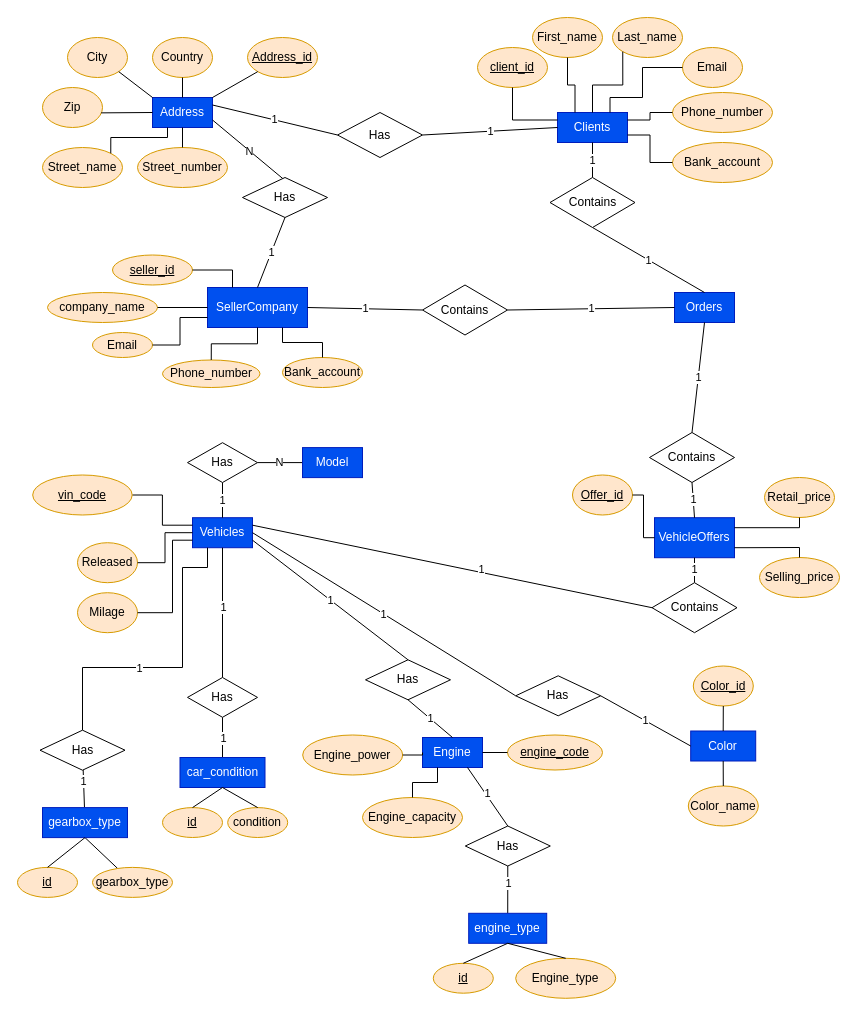
Earlier version of the draw.io diagram page "Conceptual model" (2 of 3) of Car Marketplace.drawio (kstekels/Car-Marketplace). Source tidied: cells renumbered, new cells numbered last; positions are measured from the earlier drawing's top-left corner, leaving out a move shared by most shapes. Both pictures are drawn from the tidied source at 100%, with x=0, y=0 at pixel (17, 17).
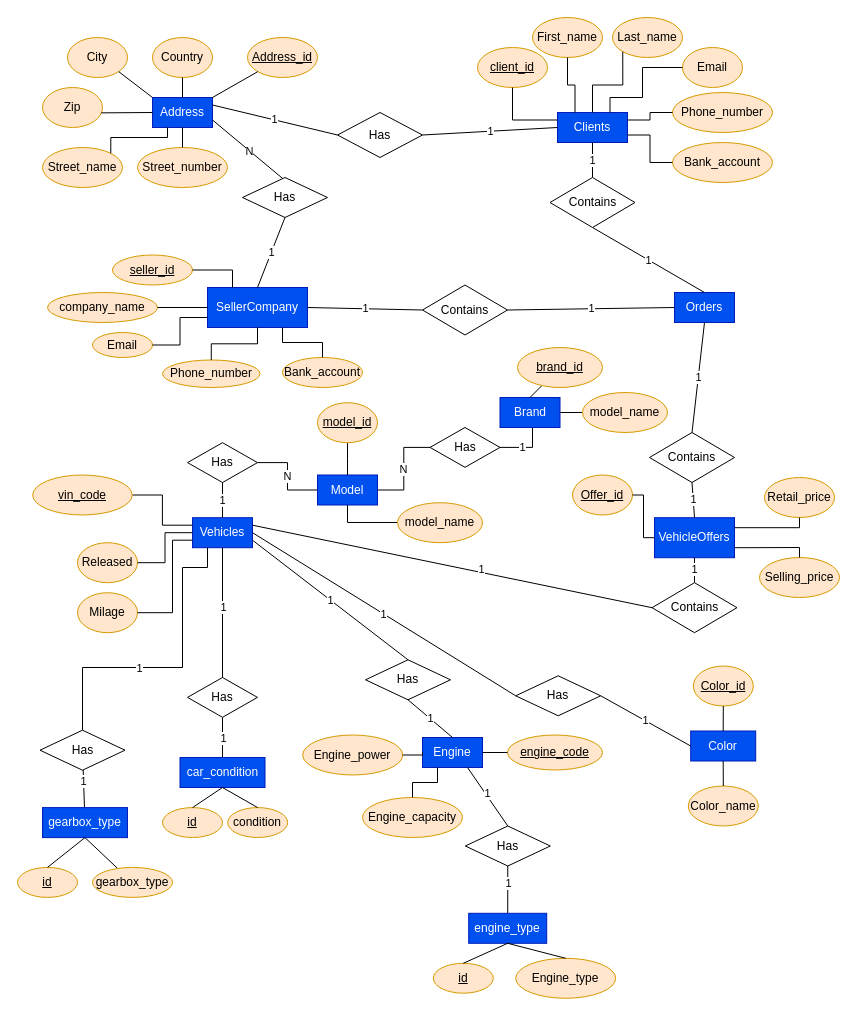
The same page after the edit.

Change to the diagram source:
```diff
@@
     <mxCell id="124" value="&lt;div&gt;Model&lt;/div&gt;" style="rounded=0;whiteSpace=wrap;html=1;fillColor=#0050ef;fontColor=#ffffff;strokeColor=#001DBC;" parent="1" vertex="1">
-      <mxGeometry x="285" y="430.1" width="60" height="30" as="geometry" />
+      <mxGeometry x="300" y="457.5" width="60" height="30" as="geometry" />
     </mxCell>
+    <mxCell id="125" style="edgeStyle=elbowEdgeStyle;rounded=0;jettySize=auto;html=1;startArrow=none;startFill=0;endArrow=none;endFill=0;" parent="1" edge="1" source="126" target="124">
+      <mxGeometry relative="1" as="geometry" />
+    </mxCell>
+    <mxCell id="126" value="&lt;u&gt;model_id&lt;/u&gt;" style="ellipse;whiteSpace=wrap;html=1;fillColor=#ffe6cc;strokeColor=#d79b00;" parent="1" vertex="1">
+      <mxGeometry x="300" y="385.2" width="60" height="40" as="geometry" />
+    </mxCell>
+    <mxCell id="127" style="edgeStyle=elbowEdgeStyle;rounded=0;jettySize=auto;html=1;startArrow=none;startFill=0;endArrow=none;endFill=0;entryX=0.5;entryY=1;entryDx=0;entryDy=0;elbow=vertical;" parent="1" edge="1" source="128" target="124">
+      <mxGeometry relative="1" as="geometry">
+        <Array as="points">
+          <mxPoint x="365" y="505" />
+        </Array>
+      </mxGeometry>
+    </mxCell>
+    <mxCell id="128" value="model_name" style="ellipse;whiteSpace=wrap;html=1;fillColor=#ffe6cc;strokeColor=#d79b00;" parent="1" vertex="1">
+      <mxGeometry x="380" y="485.2" width="85" height="40" as="geometry" />
+    </mxCell>
+    <mxCell id="129" value="N" style="edgeStyle=orthogonalEdgeStyle;rounded=0;jettySize=auto;elbow=vertical;html=1;entryX=1;entryY=0.5;entryDx=0;entryDy=0;startArrow=none;startFill=0;endArrow=none;endFill=0;" parent="1" edge="1" source="130" target="124">
+      <mxGeometry relative="1" as="geometry" />
+    </mxCell>
+    <mxCell id="130" value="Has" style="shape=rhombus;perimeter=rhombusPerimeter;whiteSpace=wrap;html=1;align=center;" parent="1" vertex="1">
+      <mxGeometry x="412.5" y="410" width="70" height="39.8" as="geometry" />
+    </mxCell>
+    <mxCell id="131" value="1" style="edgeStyle=orthogonalEdgeStyle;rounded=0;jettySize=auto;html=1;entryX=1;entryY=0.5;entryDx=0;entryDy=0;startArrow=none;startFill=0;endArrow=none;endFill=0;elbow=vertical;exitX=0.5;exitY=1;exitDx=0;exitDy=0;" parent="1" edge="1" source="132" target="130">
+      <mxGeometry x="0.57" relative="1" as="geometry">
+        <Array as="points">
+          <mxPoint x="515" y="385" />
+          <mxPoint x="515" y="430" />
+        </Array>
+      </mxGeometry>
+    </mxCell>
+    <mxCell id="132" value="Brand" style="rounded=0;whiteSpace=wrap;html=1;fillColor=#0050ef;fontColor=#ffffff;strokeColor=#001DBC;" parent="1" vertex="1">
+      <mxGeometry x="482.5" y="380" width="60" height="30" as="geometry" />
+    </mxCell>
+    <mxCell id="133" style="edgeStyle=none;rounded=0;jettySize=auto;html=1;entryX=1;entryY=0.5;entryDx=0;entryDy=0;startArrow=none;startFill=0;endArrow=none;endFill=0;elbow=vertical;" parent="1" edge="1" source="134" target="132">
+      <mxGeometry relative="1" as="geometry" />
+    </mxCell>
+    <mxCell id="134" value="model_name" style="ellipse;whiteSpace=wrap;html=1;fillColor=#ffe6cc;strokeColor=#d79b00;" parent="1" vertex="1">
+      <mxGeometry x="565" y="375" width="85" height="40" as="geometry" />
+    </mxCell>
+    <mxCell id="135" style="rounded=0;jettySize=auto;html=1;entryX=0.5;entryY=0;entryDx=0;entryDy=0;startArrow=none;startFill=0;endArrow=none;endFill=0;elbow=vertical;" parent="1" edge="1" source="136" target="132">
+      <mxGeometry relative="1" as="geometry" />
+    </mxCell>
+    <mxCell id="136" value="&lt;u&gt;brand_id&lt;/u&gt;" style="ellipse;whiteSpace=wrap;html=1;fillColor=#ffe6cc;strokeColor=#d79b00;" parent="1" vertex="1">
+      <mxGeometry x="500" y="330" width="85" height="40" as="geometry" />
+    </mxCell>
+    <mxCell id="137" style="edgeStyle=none;rounded=0;orthogonalLoop=1;jettySize=auto;html=1;exitX=0.5;exitY=0;exitDx=0;exitDy=0;startArrow=none;startFill=0;endArrow=none;endFill=0;elbow=vertical;" parent="1" edge="1" source="136" target="136">
+      <mxGeometry relative="1" as="geometry" />
+    </mxCell>
```
